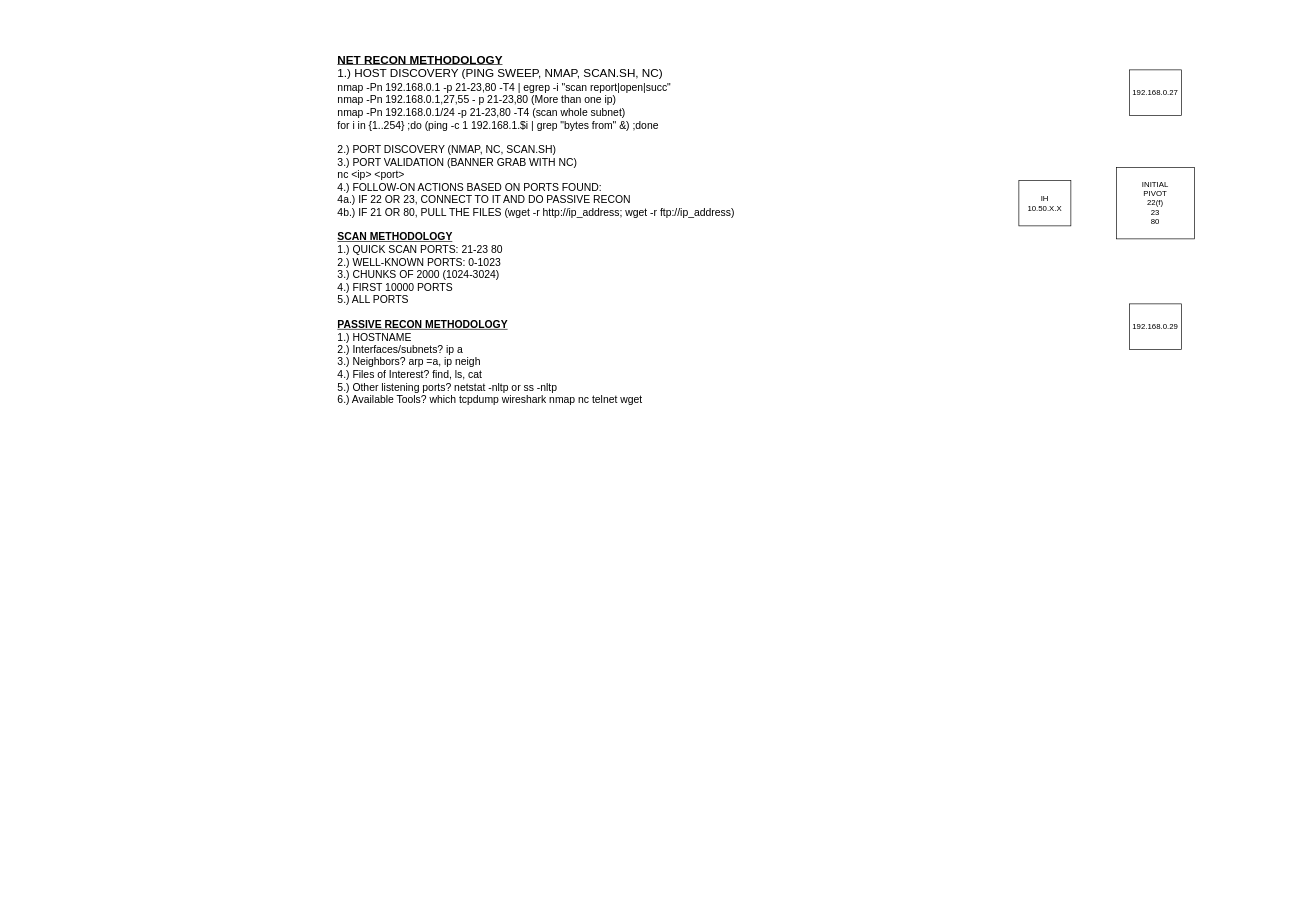
The draw.io diagram Notes.drawio in AmericanFrench/BLOG, before the edit. Source tidied: cells renumbered, new cells numbered last; positions are measured from the earlier drawing's top-left corner, leaving out a move shared by most shapes. Both pictures are drawn from the tidied source at 65%, with x=0, y=0 at pixel (336, 11).
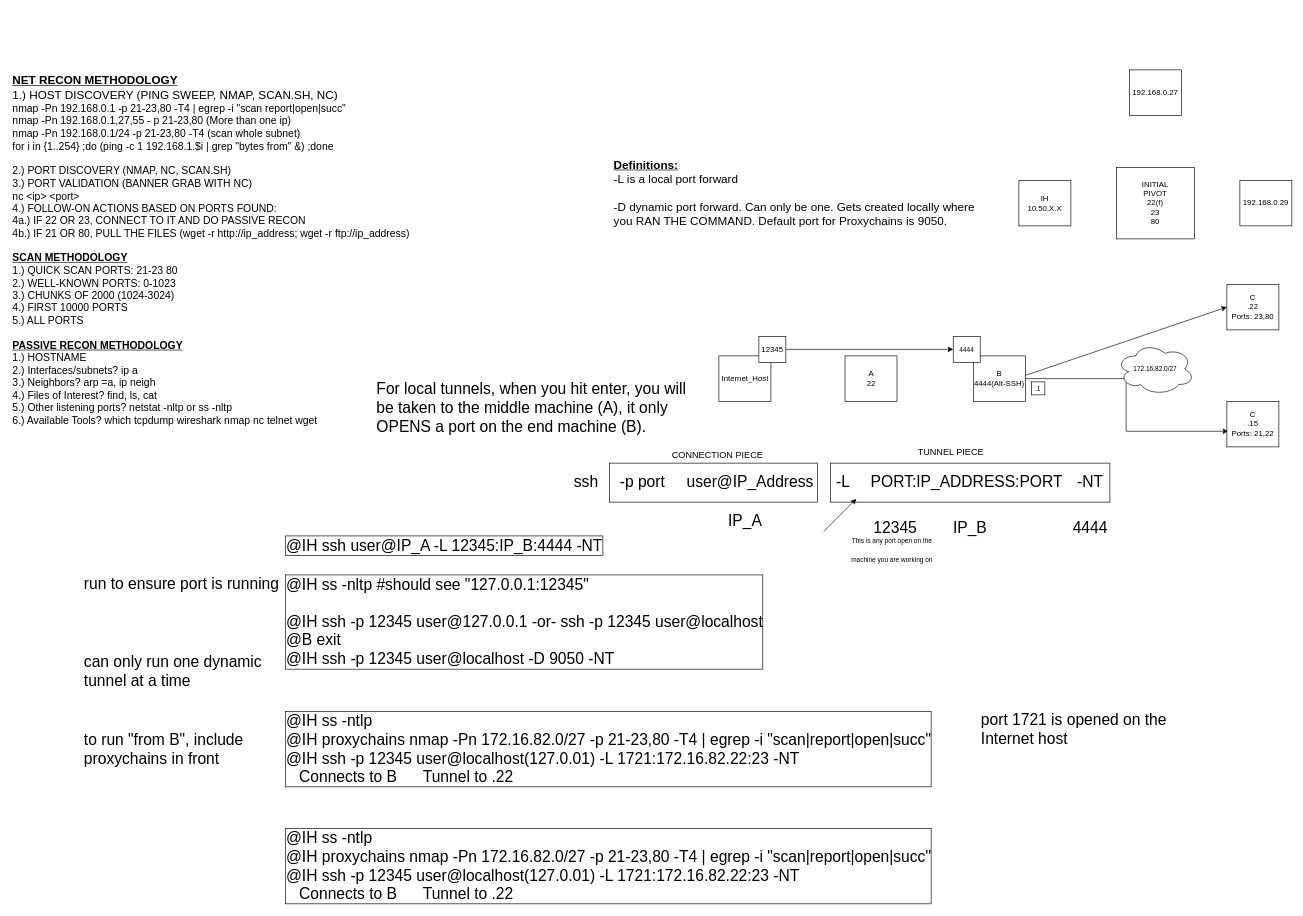
The same diagram, later.

The edit, as a diff of the source:
```diff
@@
+    <mxCell id="7" style="rounded=0;whiteSpace=wrap;html=1;fontSize=18;" parent="1" vertex="1">
+      <mxGeometry x="760" y="695" width="430" height="60" as="geometry" />
+    </mxCell>
+    <mxCell id="8" style="rounded=0;whiteSpace=wrap;html=1;fontSize=18;" parent="1" vertex="1">
+      <mxGeometry x="420" y="695" width="320" height="60" as="geometry" />
+    </mxCell>
@@
-    <mxCell id="3" value="&lt;div&gt;INITIAL&lt;/div&gt;&lt;div&gt;PIVOT&lt;/div&gt;&lt;div&gt;22(f)&lt;br&gt;&lt;/div&gt;&lt;div&gt;23&lt;/div&gt;&lt;div&gt;80&lt;br&gt;&lt;/div&gt;" style="rounded=0;whiteSpace=wrap;html=1;" parent="1" vertex="1">
+    <mxCell id="3" value="&lt;div&gt;INITIAL&lt;/div&gt;&lt;div&gt;PIVOT&lt;/div&gt;&lt;div&gt;22(f)&lt;br&gt;&lt;/div&gt;&lt;div&gt;23&lt;/div&gt;&lt;div&gt;80&lt;/div&gt;" style="rounded=0;whiteSpace=wrap;html=1;verticalAlign=middle;align=center;" parent="1" vertex="1">
       <mxGeometry x="1200" y="240" width="120" height="110" as="geometry" />
     </mxCell>
-    <mxCell id="4" value="&lt;div align=&quot;left&quot;&gt;&lt;font style=&quot;font-size: 18px;&quot;&gt;&lt;b&gt;&lt;u&gt;NET RECON METHODOLOGY&lt;/u&gt;&lt;/b&gt;&lt;/font&gt;&lt;/div&gt;&lt;div align=&quot;left&quot;&gt;&lt;font style=&quot;font-size: 18px;&quot; size=&quot;3&quot;&gt;1.) HOST DISCOVERY (PING SWEEP, NMAP, SCAN.SH, NC)&lt;/font&gt;&lt;/div&gt;&lt;div align=&quot;left&quot;&gt;&lt;font size=&quot;3&quot;&gt;nmap -Pn 192.168.0.1 -p 21-23,80 -T4 | egrep -i &quot;scan report|open|succ&quot;&lt;br&gt;&lt;/font&gt;&lt;/div&gt;&lt;div align=&quot;left&quot;&gt;&lt;font size=&quot;3&quot;&gt;nmap -Pn 192.168.0.1,27,55 - p 21-23,80 (More than one ip)&lt;br&gt;&lt;/font&gt;&lt;/div&gt;&lt;div align=&quot;left&quot;&gt;&lt;font size=&quot;3&quot;&gt;nmap -Pn 192.168.0.1/24 -p 21-23,80 -T4 (scan whole subnet)&lt;/font&gt;&lt;/div&gt;&lt;div align=&quot;left&quot;&gt;&lt;font size=&quot;3&quot;&gt;for i in {1..254} ;do (ping -c 1 192.168.1.$i | grep &quot;bytes from&quot; &amp;amp;) ;done&lt;br&gt;&lt;/font&gt;&lt;/div&gt;&lt;div align=&quot;left&quot;&gt;&lt;font size=&quot;3&quot;&gt;&lt;br&gt;&lt;/font&gt;&lt;/div&gt;&lt;div align=&quot;left&quot;&gt;&lt;font size=&quot;3&quot;&gt;2.) PORT DISCOVERY (NMAP, NC, SCAN.SH)&lt;/font&gt;&lt;/div&gt;&lt;div align=&quot;left&quot;&gt;&lt;font size=&quot;3&quot;&gt;3.) PORT VALIDATION (BANNER GRAB WITH NC)&lt;/font&gt;&lt;/div&gt;&lt;div align=&quot;left&quot;&gt;&lt;font size=&quot;3&quot;&gt;nc &amp;lt;ip&amp;gt; &amp;lt;port&amp;gt;&lt;br&gt;&lt;/font&gt;&lt;/div&gt;&lt;div align=&quot;left&quot;&gt;&lt;font size=&quot;3&quot;&gt;4.) FOLLOW-ON ACTIONS BASED ON PORTS FOUND:&lt;/font&gt;&lt;/div&gt;&lt;div align=&quot;left&quot;&gt;&lt;font size=&quot;3&quot;&gt;&lt;span style=&quot;&quot;&gt; &lt;/span&gt;4a.) IF 22 OR 23, CONNECT TO IT AND DO PASSIVE RECON&lt;/font&gt;&lt;/div&gt;&lt;div align=&quot;left&quot;&gt;&lt;font size=&quot;3&quot;&gt;&lt;span style=&quot;&quot;&gt; &lt;/span&gt;4b.) IF 21 OR 80, PULL THE FILES (wget -r http://ip_address; wget -r ftp://ip_address)&lt;/font&gt;&lt;/div&gt;&lt;div align=&quot;left&quot;&gt;&lt;font size=&quot;3&quot;&gt;&lt;u&gt;&lt;br&gt;&lt;/u&gt;&lt;/font&gt;&lt;/div&gt;&lt;div align=&quot;left&quot;&gt;&lt;font size=&quot;3&quot;&gt;&lt;b&gt;&lt;u&gt;SCAN METHODOLOGY&lt;/u&gt;&lt;/b&gt;&lt;/font&gt;&lt;/div&gt;&lt;div align=&quot;left&quot;&gt;&lt;font size=&quot;3&quot;&gt;1.) QUICK SCAN PORTS: 21-23 80&lt;/font&gt;&lt;/div&gt;&lt;div align=&quot;left&quot;&gt;&lt;font size=&quot;3&quot;&gt;2.) WELL-KNOWN PORTS: 0-1023&lt;/font&gt;&lt;/div&gt;&lt;div align=&quot;left&quot;&gt;&lt;font size=&quot;3&quot;&gt;3.) CHUNKS OF 2000 (1024-3024)&lt;/font&gt;&lt;/div&gt;&lt;div align=&quot;left&quot;&gt;&lt;font size=&quot;3&quot;&gt;4.) FIRST 10000 PORTS&lt;/font&gt;&lt;/div&gt;&lt;div align=&quot;left&quot;&gt;&lt;font size=&quot;3&quot;&gt;5.) ALL PORTS&lt;br&gt;&lt;/font&gt;&lt;/div&gt;&lt;div align=&quot;left&quot;&gt;&lt;font size=&quot;3&quot;&gt;&lt;br&gt;&lt;/font&gt;&lt;/div&gt;&lt;div align=&quot;left&quot;&gt;&lt;font size=&quot;3&quot;&gt;&lt;b&gt;&lt;u&gt;PASSIVE RECON METHODOLOGY&lt;/u&gt;&lt;/b&gt;&lt;/font&gt;&lt;/div&gt;&lt;div align=&quot;left&quot;&gt;&lt;font size=&quot;3&quot;&gt;1.) HOSTNAME&lt;/font&gt;&lt;/div&gt;&lt;div align=&quot;left&quot;&gt;&lt;font size=&quot;3&quot;&gt;2.) Interfaces/subnets? ip a&lt;/font&gt;&lt;/div&gt;&lt;div align=&quot;left&quot;&gt;&lt;font size=&quot;3&quot;&gt;3.) Neighbors? arp =a, ip neigh&lt;/font&gt;&lt;/div&gt;&lt;div align=&quot;left&quot;&gt;&lt;font size=&quot;3&quot;&gt;4.) Files of Interest? find, ls, cat&lt;/font&gt;&lt;/div&gt;&lt;div align=&quot;left&quot;&gt;&lt;font size=&quot;3&quot;&gt;5.) Other listening ports? netstat -nltp or ss -nltp&lt;br&gt;&lt;/font&gt;&lt;/div&gt;&lt;div align=&quot;left&quot;&gt;&lt;font size=&quot;3&quot;&gt;6.) Available Tools? which tcpdump wireshark nmap nc telnet wget&lt;br&gt;&lt;/font&gt;&lt;/div&gt;&lt;div align=&quot;left&quot;&gt;&lt;font size=&quot;3&quot;&gt;&lt;br&gt;&lt;/font&gt;&lt;/div&gt;" style="text;html=1;strokeColor=none;fillColor=none;align=left;verticalAlign=middle;whiteSpace=wrap;rounded=0;" parent="1" vertex="1">
-      <mxGeometry width="740" height="690" as="geometry" />
+    <mxCell id="4" value="&lt;div align=&quot;left&quot;&gt;&lt;font style=&quot;font-size: 18px;&quot;&gt;&lt;b&gt;&lt;u&gt;NET RECON METHODOLOGY&lt;/u&gt;&lt;/b&gt;&lt;/font&gt;&lt;/div&gt;&lt;div align=&quot;left&quot;&gt;&lt;font style=&quot;font-size: 18px;&quot; size=&quot;3&quot;&gt;1.) HOST DISCOVERY (PING SWEEP, NMAP, SCAN.SH, NC)&lt;/font&gt;&lt;/div&gt;&lt;div align=&quot;left&quot;&gt;&lt;font size=&quot;3&quot;&gt;nmap -Pn 192.168.0.1 -p 21-23,80 -T4 | egrep -i &quot;scan report|open|succ&quot;&lt;br&gt;&lt;/font&gt;&lt;/div&gt;&lt;div align=&quot;left&quot;&gt;&lt;font size=&quot;3&quot;&gt;nmap -Pn 192.168.0.1,27,55 - p 21-23,80 (More than one ip)&lt;br&gt;&lt;/font&gt;&lt;/div&gt;&lt;div align=&quot;left&quot;&gt;&lt;font size=&quot;3&quot;&gt;nmap -Pn 192.168.0.1/24 -p 21-23,80 -T4 (scan whole subnet)&lt;/font&gt;&lt;/div&gt;&lt;div align=&quot;left&quot;&gt;&lt;font size=&quot;3&quot;&gt;for i in {1..254} ;do (ping -c 1 192.168.1.$i | grep &quot;bytes from&quot; &amp;amp;) ;done&lt;br&gt;&lt;/font&gt;&lt;/div&gt;&lt;div align=&quot;left&quot;&gt;&lt;font size=&quot;3&quot;&gt;&lt;br&gt;&lt;/font&gt;&lt;/div&gt;&lt;div align=&quot;left&quot;&gt;&lt;font size=&quot;3&quot;&gt;2.) PORT DISCOVERY (NMAP, NC, SCAN.SH)&lt;/font&gt;&lt;/div&gt;&lt;div align=&quot;left&quot;&gt;&lt;font size=&quot;3&quot;&gt;3.) PORT VALIDATION (BANNER GRAB WITH NC)&lt;/font&gt;&lt;/div&gt;&lt;div align=&quot;left&quot;&gt;&lt;font size=&quot;3&quot;&gt;nc &amp;lt;ip&amp;gt; &amp;lt;port&amp;gt;&lt;br&gt;&lt;/font&gt;&lt;/div&gt;&lt;div align=&quot;left&quot;&gt;&lt;font size=&quot;3&quot;&gt;4.) FOLLOW-ON ACTIONS BASED ON PORTS FOUND:&lt;/font&gt;&lt;/div&gt;&lt;div align=&quot;left&quot;&gt;&lt;font size=&quot;3&quot;&gt;&lt;span style=&quot;&quot;&gt; &lt;/span&gt;4a.) IF 22 OR 23, CONNECT TO IT AND DO PASSIVE RECON&lt;/font&gt;&lt;/div&gt;&lt;div align=&quot;left&quot;&gt;&lt;font size=&quot;3&quot;&gt;&lt;span style=&quot;&quot;&gt; &lt;/span&gt;4b.) IF 21 OR 80, PULL THE FILES (wget -r http://ip_address; wget -r ftp://ip_address)&lt;/font&gt;&lt;/div&gt;&lt;div align=&quot;left&quot;&gt;&lt;font size=&quot;3&quot;&gt;&lt;u&gt;&lt;br&gt;&lt;/u&gt;&lt;/font&gt;&lt;/div&gt;&lt;div align=&quot;left&quot;&gt;&lt;font size=&quot;3&quot;&gt;&lt;b&gt;&lt;u&gt;SCAN METHODOLOGY&lt;/u&gt;&lt;/b&gt;&lt;/font&gt;&lt;/div&gt;&lt;div align=&quot;left&quot;&gt;&lt;font size=&quot;3&quot;&gt;1.) QUICK SCAN PORTS: 21-23 80&lt;/font&gt;&lt;/div&gt;&lt;div align=&quot;left&quot;&gt;&lt;font size=&quot;3&quot;&gt;2.) WELL-KNOWN PORTS: 0-1023&lt;/font&gt;&lt;/div&gt;&lt;div align=&quot;left&quot;&gt;&lt;font size=&quot;3&quot;&gt;3.) CHUNKS OF 2000 (1024-3024)&lt;/font&gt;&lt;/div&gt;&lt;div align=&quot;left&quot;&gt;&lt;font size=&quot;3&quot;&gt;4.) FIRST 10000 PORTS&lt;/font&gt;&lt;/div&gt;&lt;div align=&quot;left&quot;&gt;&lt;font size=&quot;3&quot;&gt;5.) ALL PORTS&lt;br&gt;&lt;/font&gt;&lt;/div&gt;&lt;div align=&quot;left&quot;&gt;&lt;font size=&quot;3&quot;&gt;&lt;br&gt;&lt;/font&gt;&lt;/div&gt;&lt;div align=&quot;left&quot;&gt;&lt;font size=&quot;3&quot;&gt;&lt;b&gt;&lt;u&gt;PASSIVE RECON METHODOLOGY&lt;/u&gt;&lt;/b&gt;&lt;/font&gt;&lt;/div&gt;&lt;div align=&quot;left&quot;&gt;&lt;font size=&quot;3&quot;&gt;1.) HOSTNAME&lt;/font&gt;&lt;/div&gt;&lt;div align=&quot;left&quot;&gt;&lt;font size=&quot;3&quot;&gt;2.) Interfaces/subnets? ip a&lt;/font&gt;&lt;/div&gt;&lt;div align=&quot;left&quot;&gt;&lt;font size=&quot;3&quot;&gt;3.) Neighbors? arp =a, ip neigh&lt;/font&gt;&lt;/div&gt;&lt;div align=&quot;left&quot;&gt;&lt;font size=&quot;3&quot;&gt;4.) Files of Interest? find, ls, cat&lt;/font&gt;&lt;/div&gt;&lt;div align=&quot;left&quot;&gt;&lt;font size=&quot;3&quot;&gt;5.) Other listening ports? netstat -nltp or ss -nltp&lt;br&gt;&lt;/font&gt;&lt;/div&gt;&lt;div align=&quot;left&quot;&gt;&lt;font size=&quot;3&quot;&gt;6.) Available Tools? which tcpdump wireshark nmap nc telnet wget&lt;br&gt;&lt;/font&gt;&lt;/div&gt;&lt;div align=&quot;left&quot;&gt;&lt;font size=&quot;3&quot;&gt;&lt;br&gt;&lt;/font&gt;&lt;/div&gt;" style="text;html=1;strokeColor=none;fillColor=none;align=left;verticalAlign=top;whiteSpace=wrap;rounded=0;" parent="1" vertex="1">
+      <mxGeometry x="-500" y="90" width="740" height="690" as="geometry" />
     </mxCell>
     <mxCell id="5" value="192.168.0.29" style="rounded=0;whiteSpace=wrap;html=1;" parent="1" vertex="1">
-      <mxGeometry x="1220" y="450" width="80" height="70" as="geometry" />
+      <mxGeometry x="1390" y="260" width="80" height="70" as="geometry" />
     </mxCell>
@@
+    <mxCell id="9" value="&lt;div align=&quot;left&quot;&gt;&lt;b&gt;&lt;u&gt;Definitions:&lt;/u&gt;&lt;/b&gt;&lt;/div&gt;&lt;div align=&quot;left&quot;&gt;-L is a local port forward&lt;br&gt;&lt;/div&gt;&lt;div&gt;&lt;br&gt;&lt;/div&gt;&lt;div&gt;-D dynamic port forward. Can only be one. Gets created locally where you RAN THE COMMAND. Default port for Proxychains is 9050.&lt;br&gt;&lt;/div&gt;" style="text;html=1;strokeColor=none;fillColor=none;align=left;verticalAlign=top;whiteSpace=wrap;rounded=0;fontSize=18;" parent="1" vertex="1">
+      <mxGeometry x="425" y="220" width="580" height="210" as="geometry" />
+    </mxCell>
+    <mxCell id="10" value="&lt;font style=&quot;font-size: 24px;&quot;&gt;ssh &amp;nbsp; &amp;nbsp; -p port&amp;nbsp;&amp;nbsp;&amp;nbsp;&amp;nbsp; user@IP_Address&lt;/font&gt;" style="text;html=1;strokeColor=none;fillColor=none;align=center;verticalAlign=middle;whiteSpace=wrap;rounded=0;fontSize=18;" parent="1" vertex="1">
+      <mxGeometry x="300" y="710" width="500" height="30" as="geometry" />
+    </mxCell>
+    <mxCell id="11" value="&lt;font style=&quot;font-size: 14px;&quot;&gt;CONNECTION PIECE&lt;br&gt;&lt;/font&gt;" style="text;html=1;strokeColor=none;fillColor=none;align=center;verticalAlign=middle;whiteSpace=wrap;rounded=0;fontSize=24;" parent="1" vertex="1">
+      <mxGeometry x="503.5" y="665" width="165" height="30" as="geometry" />
+    </mxCell>
+    <mxCell id="12" value="-L" style="text;html=1;strokeColor=none;fillColor=none;align=center;verticalAlign=middle;whiteSpace=wrap;rounded=0;fontSize=24;" parent="1" vertex="1">
+      <mxGeometry x="750" y="710" width="60" height="30" as="geometry" />
+    </mxCell>
+    <mxCell id="13" value="PORT:IP_ADDRESS:PORT" style="text;html=1;strokeColor=none;fillColor=none;align=center;verticalAlign=middle;whiteSpace=wrap;rounded=0;fontSize=24;" parent="1" vertex="1">
+      <mxGeometry x="940" y="710" width="60" height="30" as="geometry" />
+    </mxCell>
+    <mxCell id="14" value="&lt;font style=&quot;font-size: 14px;&quot;&gt;TUNNEL PIECE&lt;br&gt;&lt;/font&gt;" style="text;html=1;strokeColor=none;fillColor=none;align=center;verticalAlign=middle;whiteSpace=wrap;rounded=0;fontSize=24;" parent="1" vertex="1">
+      <mxGeometry x="862.5" y="660" width="165" height="30" as="geometry" />
+    </mxCell>
+    <mxCell id="15" value="-NT" style="text;html=1;strokeColor=none;fillColor=none;align=center;verticalAlign=middle;whiteSpace=wrap;rounded=0;fontSize=24;" parent="1" vertex="1">
+      <mxGeometry x="1130" y="710" width="60" height="30" as="geometry" />
+    </mxCell>
+    <mxCell id="16" style="edgeStyle=orthogonalEdgeStyle;rounded=0;orthogonalLoop=1;jettySize=auto;html=1;exitX=0.5;exitY=1;exitDx=0;exitDy=0;fontSize=24;" parent="1" edge="1" source="9" target="9">
+      <mxGeometry relative="1" as="geometry" />
+    </mxCell>
+    <mxCell id="17" value="12345" style="text;html=1;strokeColor=none;fillColor=none;align=center;verticalAlign=middle;whiteSpace=wrap;rounded=0;fontSize=24;" parent="1" vertex="1">
+      <mxGeometry x="830" y="780" width="60" height="30" as="geometry" />
+    </mxCell>
+    <mxCell id="18" value="Internet_Host" style="rounded=0;whiteSpace=wrap;html=1;" parent="1" vertex="1">
+      <mxGeometry x="588.5" y="530" width="80" height="70" as="geometry" />
+    </mxCell>
+    <mxCell id="19" value="&lt;div&gt;A&lt;/div&gt;&lt;div&gt;22&lt;br&gt;&lt;/div&gt;" style="rounded=0;whiteSpace=wrap;html=1;" parent="1" vertex="1">
+      <mxGeometry x="782.5" y="530" width="80" height="70" as="geometry" />
+    </mxCell>
+    <mxCell id="20" style="edgeStyle=orthogonalEdgeStyle;rounded=0;jettySize=auto;html=1;fontSize=10;entryX=0.025;entryY=0.657;entryDx=0;entryDy=0;entryPerimeter=0;" parent="1" edge="1" source="21" target="39">
+      <mxGeometry relative="1" as="geometry" />
+    </mxCell>
+    <mxCell id="21" value="&lt;div&gt;B&lt;/div&gt;&lt;div&gt;4444(Alt-SSH)&lt;br&gt;&lt;/div&gt;" style="rounded=0;whiteSpace=wrap;html=1;" parent="1" vertex="1">
+      <mxGeometry x="980" y="530" width="80" height="70" as="geometry" />
+    </mxCell>
+    <mxCell id="22" value="IP_B" style="text;html=1;strokeColor=none;fillColor=none;align=center;verticalAlign=middle;whiteSpace=wrap;rounded=0;fontSize=24;" parent="1" vertex="1">
+      <mxGeometry x="945" y="780" width="60" height="30" as="geometry" />
+    </mxCell>
+    <mxCell id="23" value="4444" style="text;html=1;strokeColor=none;fillColor=none;align=center;verticalAlign=middle;whiteSpace=wrap;rounded=0;fontSize=24;" parent="1" vertex="1">
+      <mxGeometry x="1130" y="780" width="60" height="30" as="geometry" />
+    </mxCell>
+    <mxCell id="24" value="&lt;font style=&quot;font-size: 10px;&quot;&gt;This is any port open on the machine you are working on &lt;br&gt;&lt;/font&gt;" style="text;html=1;strokeColor=none;fillColor=none;align=center;verticalAlign=middle;whiteSpace=wrap;rounded=0;fontSize=24;" parent="1" vertex="1">
+      <mxGeometry x="790" y="810" width="130" height="30" as="geometry" />
+    </mxCell>
+    <mxCell id="25" style="edgeStyle=orthogonalEdgeStyle;rounded=0;jettySize=auto;html=1;fontSize=10;" parent="1" edge="1" source="26" target="27">
+      <mxGeometry relative="1" as="geometry" />
+    </mxCell>
+    <mxCell id="26" value="12345" style="rounded=0;whiteSpace=wrap;html=1;" parent="1" vertex="1">
+      <mxGeometry x="650" y="500" width="41.5" height="40" as="geometry" />
+    </mxCell>
+    <mxCell id="27" value="4444" style="rounded=0;whiteSpace=wrap;html=1;fontSize=10;" parent="1" vertex="1">
+      <mxGeometry x="949" y="500" width="41.5" height="40" as="geometry" />
+    </mxCell>
+    <mxCell id="28" value="IP_A" style="text;html=1;strokeColor=none;fillColor=none;align=center;verticalAlign=middle;whiteSpace=wrap;rounded=0;fontSize=24;" parent="1" vertex="1">
+      <mxGeometry x="598.5" y="770" width="60" height="30" as="geometry" />
+    </mxCell>
+    <mxCell id="29" value="For local tunnels, when you hit enter, you will be taken to the middle machine (A), it only OPENS a port on the end machine (B)." style="text;html=1;strokeColor=none;fillColor=none;align=left;verticalAlign=top;whiteSpace=wrap;rounded=0;fontSize=24;" parent="1" vertex="1">
+      <mxGeometry x="60" y="560" width="500" height="160" as="geometry" />
+    </mxCell>
+    <mxCell id="30" value="&lt;div&gt;@IH ssh user@IP_A -L 12345:IP_B:4444 -NT&lt;br&gt;&lt;/div&gt;" style="text;html=1;strokeColor=none;fillColor=none;align=left;verticalAlign=top;whiteSpace=wrap;rounded=0;fontSize=24;labelBorderColor=default;" parent="1" vertex="1">
+      <mxGeometry x="-80" y="800" width="500" height="60" as="geometry" />
+    </mxCell>
+    <mxCell id="31" value="run to ensure port is running" style="text;html=1;strokeColor=none;fillColor=none;align=left;verticalAlign=top;whiteSpace=wrap;rounded=0;fontSize=24;" parent="1" vertex="1">
+      <mxGeometry x="-390" y="860" width="310" height="160" as="geometry" />
+    </mxCell>
+    <mxCell id="32" value="&lt;div&gt;@IH ss -nltp&lt;span style=&quot;&quot;&gt; &lt;/span&gt;#should see &quot;127.0.0.1:12345&quot;&lt;/div&gt;&lt;div&gt;&lt;br&gt;&lt;/div&gt;&lt;div&gt;@IH ssh -p 12345 user@127.0.0.1 -or- ssh -p 12345 user@localhost&lt;/div&gt;&lt;div&gt;@B exit&lt;br&gt;&lt;/div&gt;&lt;div&gt;@IH ssh -p 12345 user@localhost -D 9050 -NT&lt;/div&gt;" style="text;html=1;strokeColor=none;fillColor=none;align=left;verticalAlign=top;whiteSpace=wrap;rounded=0;fontSize=24;labelBorderColor=default;" parent="1" vertex="1">
+      <mxGeometry x="-80" y="860" width="840" height="100" as="geometry" />
+    </mxCell>
+    <mxCell id="33" value="can only run one dynamic tunnel at a time" style="text;html=1;strokeColor=none;fillColor=none;align=left;verticalAlign=top;whiteSpace=wrap;rounded=0;fontSize=24;" parent="1" vertex="1">
+      <mxGeometry x="-390" y="980" width="310" height="160" as="geometry" />
+    </mxCell>
+    <mxCell id="34" value="&lt;div&gt;@IH ss -ntlp&lt;/div&gt;&lt;div&gt;@IH proxychains nmap -Pn 172.16.82.0/27 -p 21-23,80 -T4 | egrep -i &quot;scan|report|open|succ&quot;&lt;br&gt;&lt;/div&gt;&lt;div&gt;@IH ssh -p 12345 user@localhost(127.0.01) -L 1721:172.16.82.22:23 -NT&lt;br&gt;&lt;/div&gt;&lt;div&gt;&lt;span style=&quot;white-space: pre;&quot;&gt; &lt;/span&gt;&lt;span style=&quot;white-space: pre;&quot;&gt; &lt;/span&gt;&lt;span style=&quot;white-space: pre;&quot;&gt; &lt;/span&gt;Connects to B&lt;span style=&quot;white-space: pre;&quot;&gt; &lt;/span&gt;&lt;span style=&quot;white-space: pre;&quot;&gt; &lt;/span&gt;&lt;span style=&quot;white-space: pre;&quot;&gt; &lt;/span&gt;&lt;span style=&quot;white-space: pre;&quot;&gt; &lt;/span&gt;&lt;span style=&quot;white-space: pre;&quot;&gt; &lt;/span&gt;&lt;span style=&quot;white-space: pre;&quot;&gt; &lt;/span&gt;Tunnel to .22&lt;br&gt;&lt;/div&gt;" style="text;html=1;strokeColor=none;fillColor=none;align=left;verticalAlign=top;whiteSpace=wrap;rounded=0;fontSize=24;labelBorderColor=default;" parent="1" vertex="1">
+      <mxGeometry x="-80" y="1070" width="1320" height="100" as="geometry" />
+    </mxCell>
+    <mxCell id="35" value="to run &quot;from B&quot;, include proxychains in front" style="text;html=1;strokeColor=none;fillColor=none;align=left;verticalAlign=top;whiteSpace=wrap;rounded=0;fontSize=24;" parent="1" vertex="1">
+      <mxGeometry x="-390" y="1100" width="310" height="160" as="geometry" />
+    </mxCell>
+    <mxCell id="36" value="&lt;div&gt;C&lt;br&gt;&lt;/div&gt;&lt;div&gt;.22&lt;/div&gt;&lt;div&gt;Ports: 23,80&lt;br&gt;&lt;/div&gt;" style="rounded=0;whiteSpace=wrap;html=1;" parent="1" vertex="1">
+      <mxGeometry x="1370" y="420" width="80" height="70" as="geometry" />
+    </mxCell>
+    <mxCell id="37" style="endArrow=classic;html=1;rounded=0;fontSize=10;" parent="1" edge="1">
+      <mxGeometry relative="1" as="geometry">
+        <mxPoint x="750" y="800" as="sourcePoint" />
+        <mxPoint x="800" y="750" as="targetPoint" />
+      </mxGeometry>
+    </mxCell>
+    <mxCell id="38" style="endArrow=classic;html=1;rounded=0;fontSize=10;entryX=0;entryY=0.5;entryDx=0;entryDy=0;" parent="1" edge="1" target="36">
+      <mxGeometry relative="1" as="geometry">
+        <mxPoint x="1060" y="560" as="sourcePoint" />
+      </mxGeometry>
+    </mxCell>
+    <mxCell id="39" value="&lt;div&gt;C&lt;br&gt;&lt;/div&gt;&lt;div&gt;.15&lt;br&gt;&lt;/div&gt;&lt;div&gt;Ports: 21,22&lt;br&gt;&lt;/div&gt;" style="rounded=0;whiteSpace=wrap;html=1;" parent="1" vertex="1">
+      <mxGeometry x="1370" y="600" width="80" height="70" as="geometry" />
+    </mxCell>
+    <mxCell id="40" value="port 1721 is opened on the Internet host" style="text;html=1;strokeColor=none;fillColor=none;align=left;verticalAlign=top;whiteSpace=wrap;rounded=0;fontSize=24;" parent="1" vertex="1">
+      <mxGeometry x="990" y="1070" width="310" height="160" as="geometry" />
+    </mxCell>
+    <mxCell id="41" value="&lt;div&gt;@IH ss -ntlp&lt;/div&gt;&lt;div&gt;@IH proxychains nmap -Pn 172.16.82.0/27 -p 21-23,80 -T4 | egrep -i &quot;scan|report|open|succ&quot;&lt;br&gt;&lt;/div&gt;&lt;div&gt;@IH ssh -p 12345 user@localhost(127.0.01) -L 1721:172.16.82.22:23 -NT&lt;br&gt;&lt;/div&gt;&lt;div&gt;&lt;span style=&quot;white-space: pre;&quot;&gt; &lt;/span&gt;&lt;span style=&quot;white-space: pre;&quot;&gt; &lt;/span&gt;&lt;span style=&quot;white-space: pre;&quot;&gt; &lt;/span&gt;Connects to B&lt;span style=&quot;white-space: pre;&quot;&gt; &lt;/span&gt;&lt;span style=&quot;white-space: pre;&quot;&gt; &lt;/span&gt;&lt;span style=&quot;white-space: pre;&quot;&gt; &lt;/span&gt;&lt;span style=&quot;white-space: pre;&quot;&gt; &lt;/span&gt;&lt;span style=&quot;white-space: pre;&quot;&gt; &lt;/span&gt;&lt;span style=&quot;white-space: pre;&quot;&gt; &lt;/span&gt;Tunnel to .22&lt;br&gt;&lt;/div&gt;" style="text;html=1;strokeColor=none;fillColor=none;align=left;verticalAlign=top;whiteSpace=wrap;rounded=0;fontSize=24;labelBorderColor=default;" parent="1" vertex="1">
+      <mxGeometry x="-80" y="1250" width="1320" height="100" as="geometry" />
+    </mxCell>
+    <mxCell id="42" value="172.16.82.0/27" style="ellipse;shape=cloud;whiteSpace=wrap;html=1;labelBorderColor=none;fontSize=10;" parent="1" vertex="1">
+      <mxGeometry x="1200" y="510" width="120" height="80" as="geometry" />
+    </mxCell>
+    <mxCell id="43" value=".1" style="rounded=0;whiteSpace=wrap;html=1;fontSize=10;" parent="1" vertex="1">
+      <mxGeometry x="1069.2" y="570" width="20.8" height="20" as="geometry" />
+    </mxCell>
```
